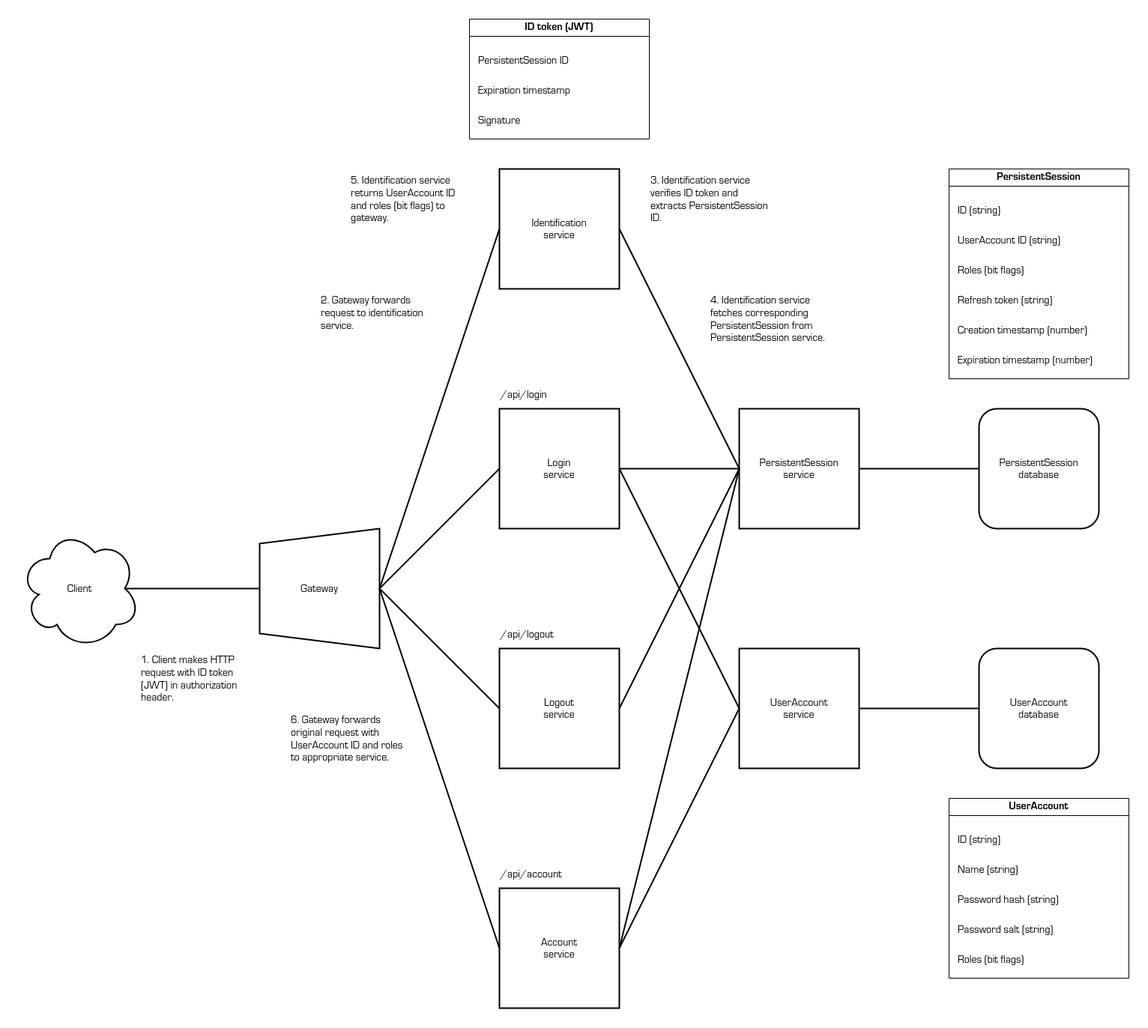
Before: docs/architecture.png, a diagram exported from draw.io (shinhugh/base). Source tidied: cells renumbered, new cells last; positions are measured from the earlier drawing's top-left corner, leaving out a move shared by most shapes.
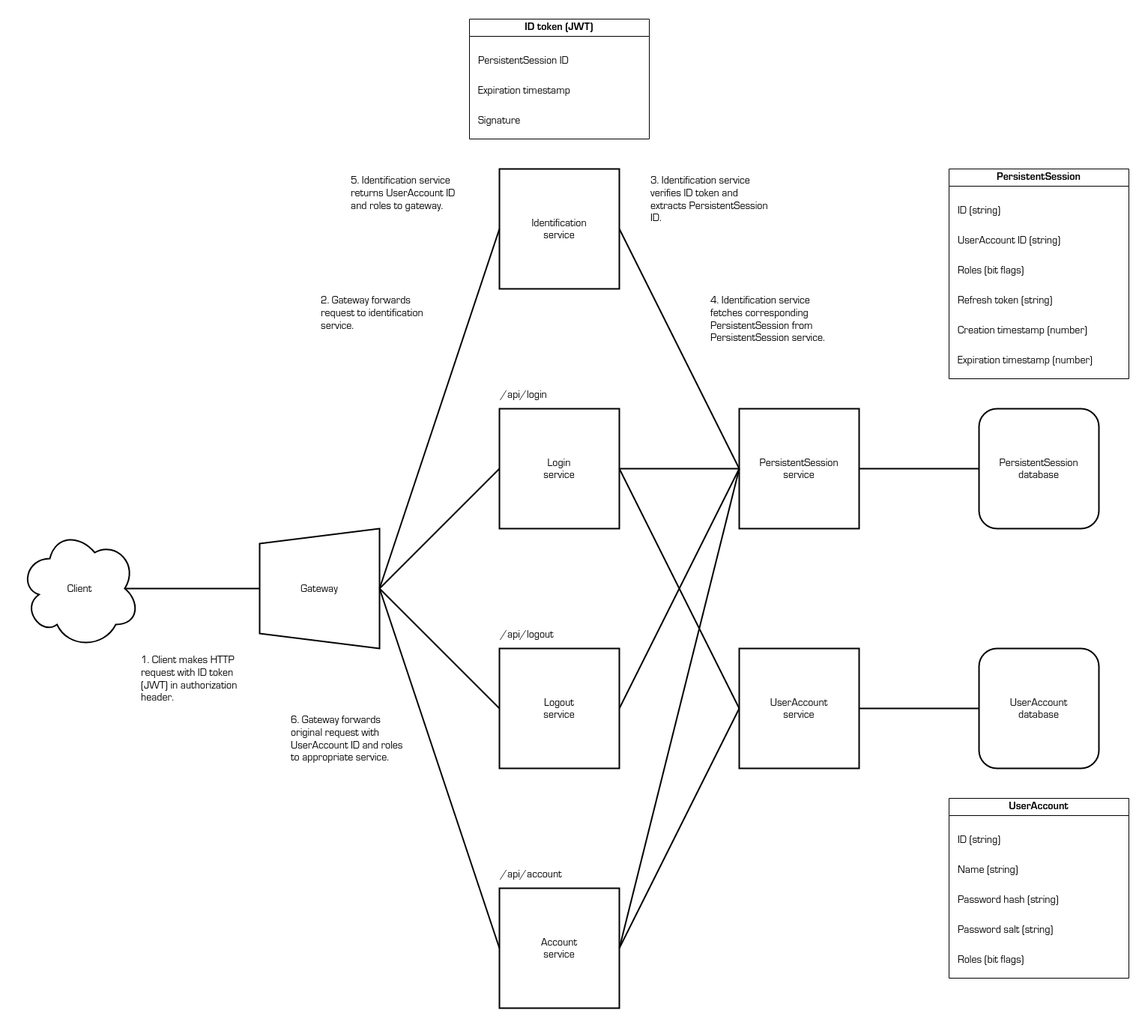
Above is the later version.

Commit message:
Tweak architecture diagram

Diff of the diagram source:
```diff
@@ -143,7 +143,7 @@
     <mxCell id="48" value="Roles (bit flags)" style="text;strokeColor=none;fillColor=none;align=left;verticalAlign=top;whiteSpace=wrap;rounded=0;fontFamily=Lucida Console;fontSize=14;" parent="43" vertex="1">
       <mxGeometry x="10" y="200" width="220" height="40" as="geometry" />
     </mxCell>
-    <mxCell id="49" value="5. Identification service returns UserAccount ID and roles (bit flags) to gateway." style="text;strokeColor=none;fillColor=none;align=left;verticalAlign=top;rounded=0;fontSize=14;fontFamily=Lucida Console;whiteSpace=wrap;" parent="1" vertex="1">
+    <mxCell id="49" value="5. Identification service returns UserAccount ID and roles to gateway." style="text;strokeColor=none;fillColor=none;align=left;verticalAlign=top;rounded=0;fontSize=14;fontFamily=Lucida Console;whiteSpace=wrap;" parent="1" vertex="1">
       <mxGeometry x="440" y="200" width="160" height="120" as="geometry" />
     </mxCell>
     <mxCell id="50" value="6. Gateway forwards original request with UserAccount ID and roles to appropriate service." style="text;strokeColor=none;fillColor=none;align=left;verticalAlign=top;rounded=0;fontSize=14;fontFamily=Lucida Console;whiteSpace=wrap;" parent="1" vertex="1">
```
